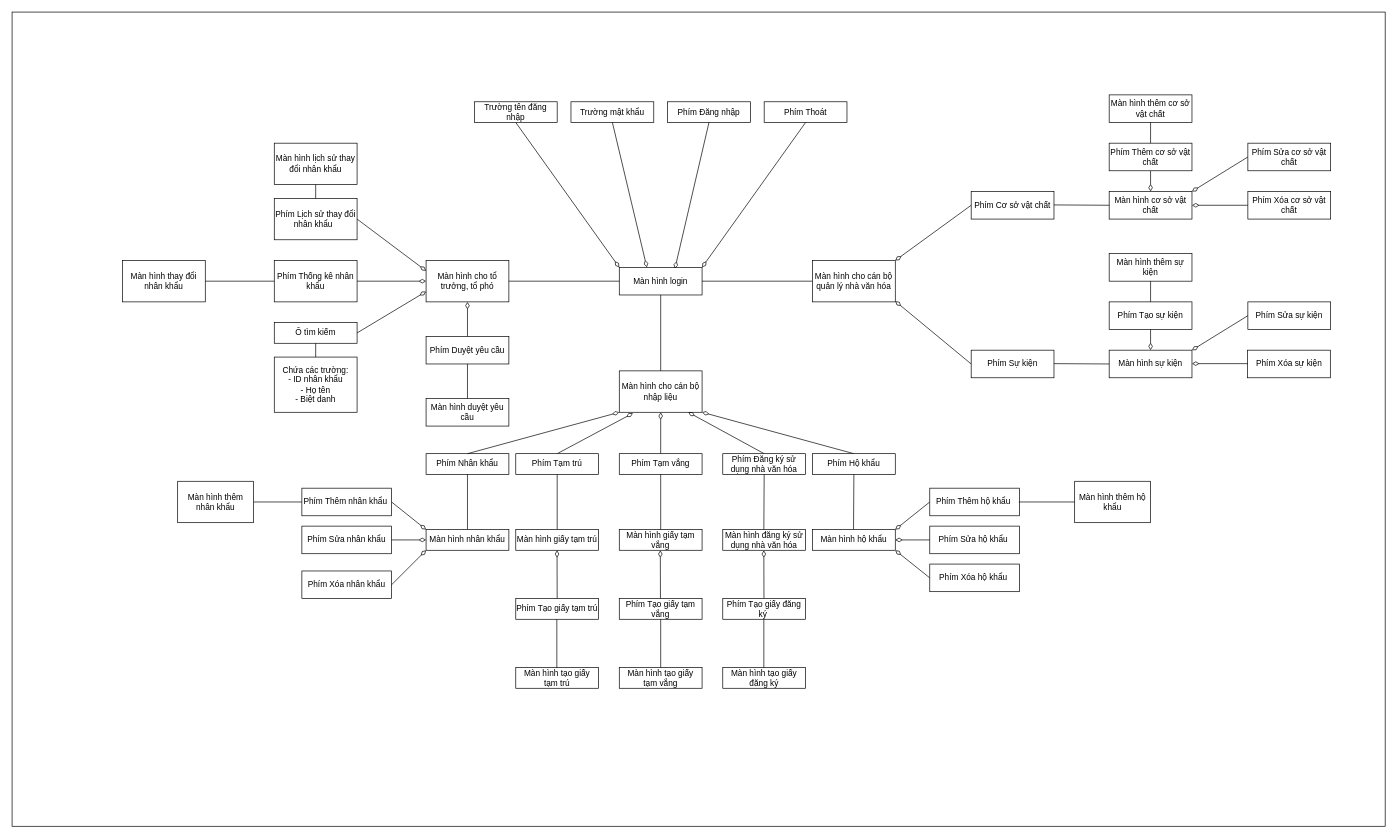
vuduy-2k3/UML keeps this draw.io diagram as Biểu đồ không có tiêu đề.drawio. Above is the earlier version. Source tidied: cells renumbered, new cells numbered last; positions are measured from the earlier drawing's top-left corner, leaving out a move shared by most shapes. Both pictures are drawn from the tidied source at 69%, with x=0, y=0 at pixel (12, 12).
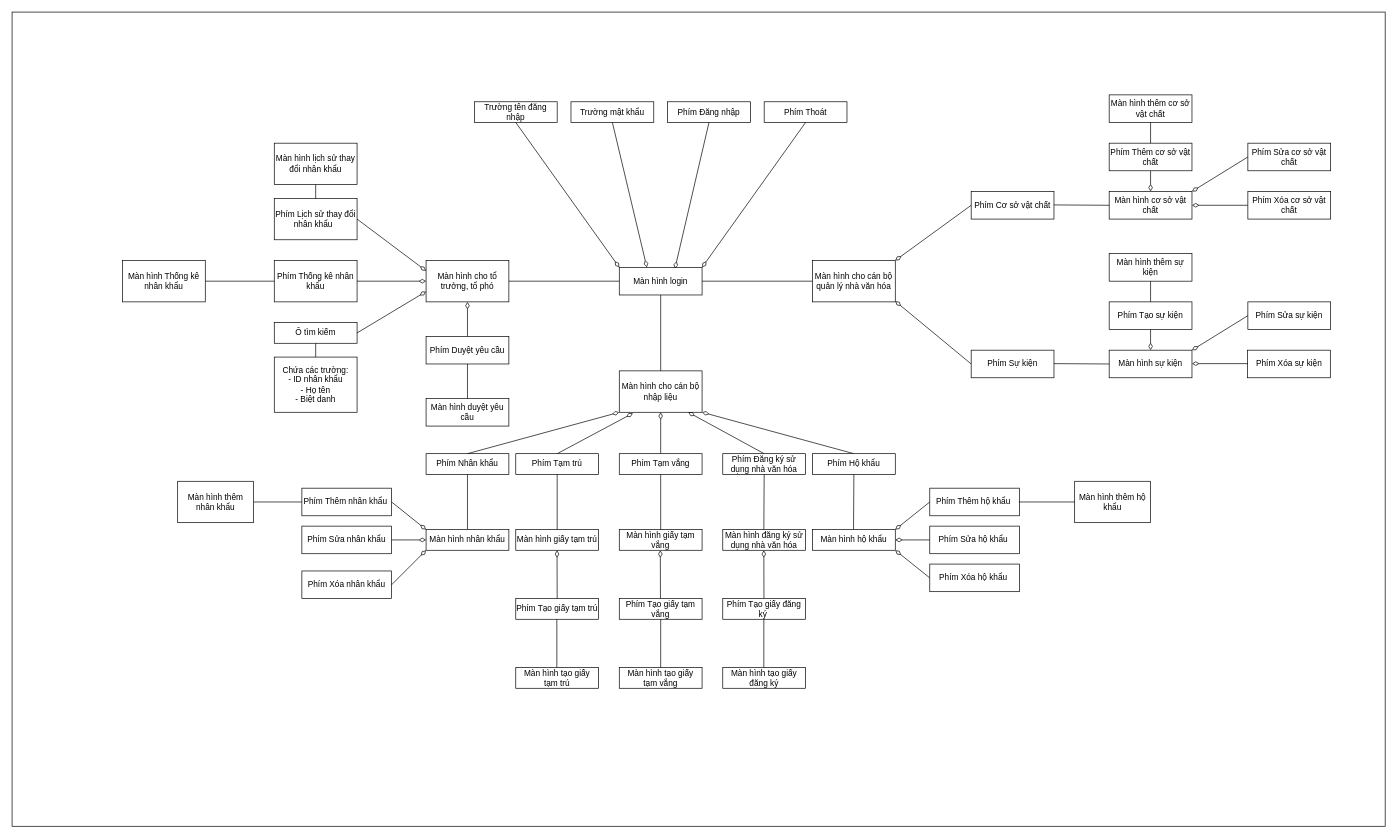
Above is the later version.

Commit message (it also covers changes not shown here):
Cập nhật Biểu đồ không có tiêu đề.drawio

Change to the diagram source:
```diff
@@
-    <mxCell id="25" value="Màn hình thay đổi nhân khẩu" style="rounded=0;whiteSpace=wrap;html=1;" parent="1" vertex="1">
+    <mxCell id="25" value="Màn hình Thống kê nhân khẩu" style="rounded=0;whiteSpace=wrap;html=1;" parent="1" vertex="1">
       <mxGeometry x="160" y="360" width="120" height="60" as="geometry" />
     </mxCell>
```
